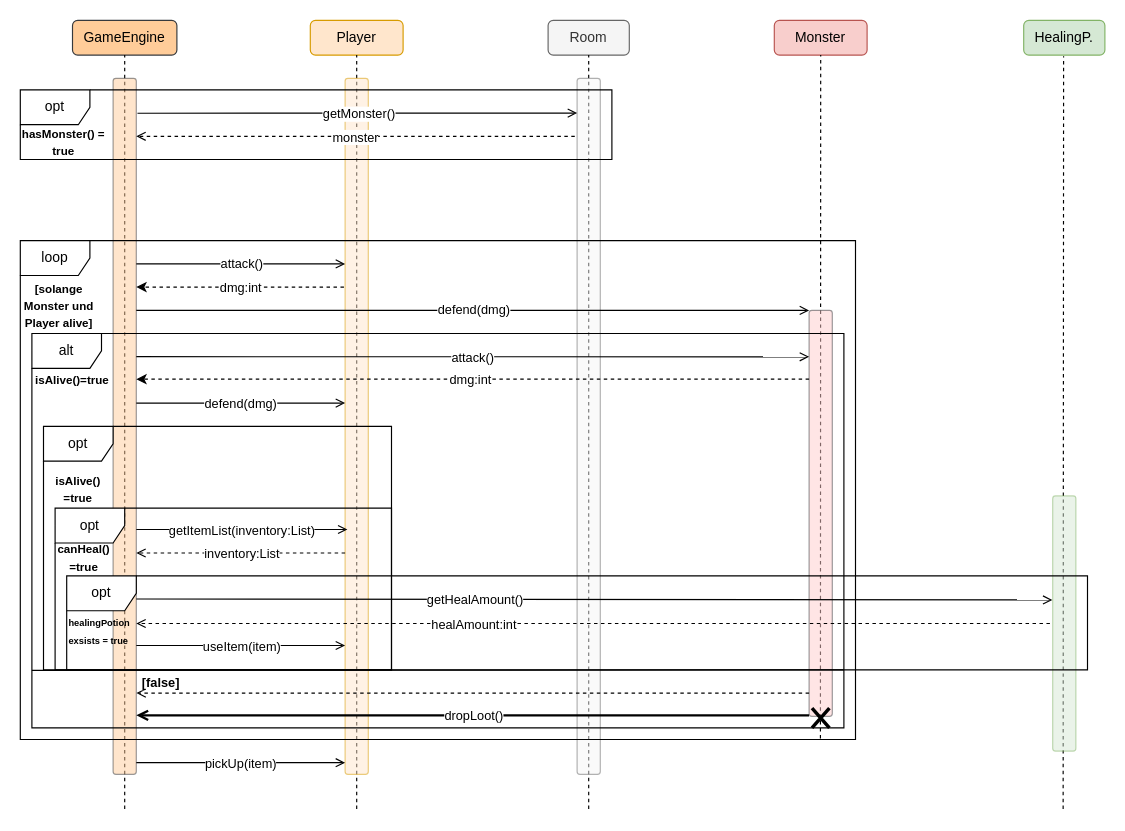
V1perZerofy/uml_project keeps this draw.io diagram as Diagrams/DungeonAdventure_KampfSequenzdiagramm.drawio. Above is the earlier version. Source tidied: cells renumbered, new cells numbered last; positions are measured from the earlier drawing's top-left corner, leaving out a move shared by most shapes. Both pictures are drawn from the tidied source at 116%, with x=0, y=0 at pixel (20, 20).
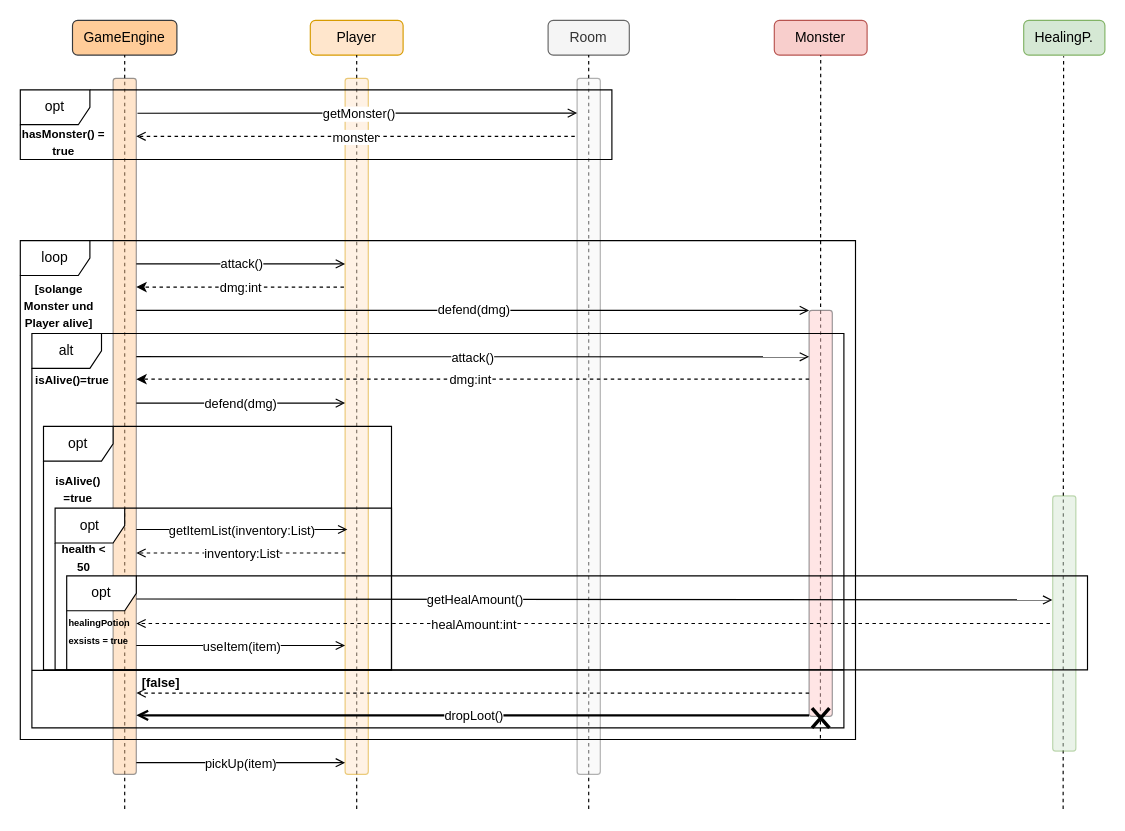
The same page after the edit.

The edit, as a diff of the source:
```diff
@@
-    <mxCell id="51" value="&lt;b&gt;&lt;font style=&quot;font-size: 10px;&quot;&gt;canHeal()&lt;/font&gt;&lt;/b&gt;&lt;div&gt;&lt;b&gt;&lt;font style=&quot;font-size: 10px;&quot;&gt;=true&lt;/font&gt;&lt;/b&gt;&lt;/div&gt;" style="text;html=1;align=center;verticalAlign=middle;whiteSpace=wrap;rounded=0;" parent="1" vertex="1">
+    <mxCell id="51" value="&lt;span style=&quot;font-size: 10px;&quot;&gt;&lt;b&gt;health &amp;lt; 50&lt;/b&gt;&lt;/span&gt;" style="text;html=1;align=center;verticalAlign=middle;whiteSpace=wrap;rounded=0;" parent="1" vertex="1">
       <mxGeometry x="30" y="450" width="50" height="26.9" as="geometry" />
     </mxCell>
```
